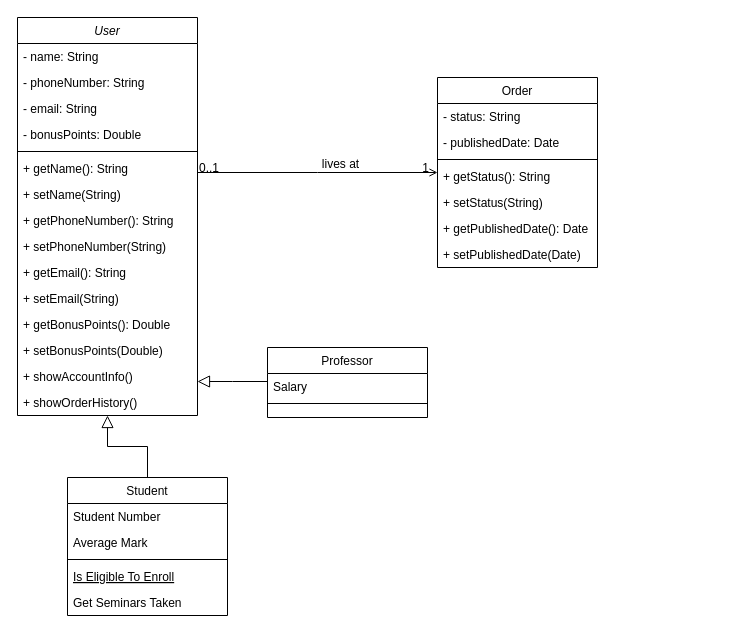
This is ДиаграммаКлассов.drawio from hard-gainer/UML, a draw.io file, before an edit. Source tidied: cells renumbered, new cells numbered last; positions are measured from the earlier drawing's top-left corner, leaving out a move shared by most shapes. Both pictures are drawn from the tidied source at 100%, with x=0, y=0 at pixel (17, 17).
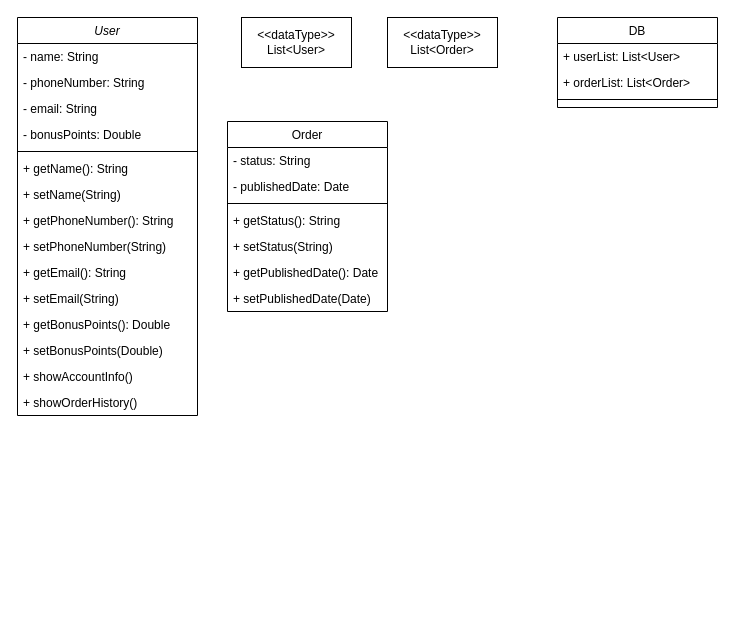
After the change.

The change refers to these unchanged cells:
```xml
<mxCell id="2" value="User" style="swimlane;fontStyle=2;align=center;verticalAlign=top;horizontal=1;startSize=26;rounded=0;shadow=0;strokeWidth=1;" parent="1" vertex="1">
  <mxGeometry width="180" height="398" as="geometry" />
</mxCell>
```

Change to the diagram source:
```diff
@@
-    <mxCell id="18" value="Student" style="swimlane;fontStyle=0;align=center;verticalAlign=top;horizontal=1;startSize=26;rounded=0;shadow=0;strokeWidth=1;" parent="1" vertex="1">
-      <mxGeometry x="50" y="460" width="160" height="138" as="geometry" />
-    </mxCell>
-    <mxCell id="19" value="Student Number" style="text;align=left;verticalAlign=top;spacingLeft=4;spacingRight=4;overflow=hidden;" parent="18" vertex="1">
-      <mxGeometry y="26" width="160" height="26" as="geometry" />
-    </mxCell>
-    <mxCell id="20" value="Average Mark" style="text;align=left;verticalAlign=top;spacingLeft=4;spacingRight=4;overflow=hidden;rounded=0;shadow=0;html=0;" parent="18" vertex="1">
-      <mxGeometry y="52" width="160" height="26" as="geometry" />
-    </mxCell>
-    <mxCell id="21" style="line;html=1;strokeWidth=1;align=left;verticalAlign=middle;spacingTop=-1;spacingLeft=3;spacingRight=3;labelPosition=right;" parent="18" vertex="1">
-      <mxGeometry y="78" width="160" height="8" as="geometry" />
-    </mxCell>
-    <mxCell id="22" value="Is Eligible To Enroll" style="text;align=left;verticalAlign=top;spacingLeft=4;spacingRight=4;overflow=hidden;fontStyle=4;" parent="18" vertex="1">
-      <mxGeometry y="86" width="160" height="26" as="geometry" />
-    </mxCell>
-    <mxCell id="23" value="Get Seminars Taken" style="text;align=left;verticalAlign=top;spacingLeft=4;spacingRight=4;overflow=hidden;" parent="18" vertex="1">
-      <mxGeometry y="112" width="160" height="26" as="geometry" />
-    </mxCell>
-    <mxCell id="24" style="endArrow=block;endSize=10;endFill=0;shadow=0;strokeWidth=1;rounded=0;edgeStyle=elbowEdgeStyle;elbow=vertical;" parent="1" edge="1" source="18" target="2">
-      <mxGeometry relative="1" as="geometry" />
-    </mxCell>
-    <mxCell id="25" value="Professor" style="swimlane;fontStyle=0;align=center;verticalAlign=top;horizontal=1;startSize=26;rounded=0;shadow=0;strokeWidth=1;" parent="1" vertex="1">
-      <mxGeometry x="250" y="330" width="160" height="70" as="geometry" />
+    <mxCell id="25" value="DB" style="swimlane;fontStyle=0;align=center;verticalAlign=top;horizontal=1;startSize=26;rounded=0;shadow=0;strokeWidth=1;" parent="1" vertex="1">
+      <mxGeometry x="540" width="160" height="90" as="geometry" />
     </mxCell>
-    <mxCell id="26" value="Salary" style="text;align=left;verticalAlign=top;spacingLeft=4;spacingRight=4;overflow=hidden;" parent="25" vertex="1">
+    <mxCell id="26" value="+ userList: List&lt;User&gt;" style="text;align=left;verticalAlign=top;spacingLeft=4;spacingRight=4;overflow=hidden;" parent="25" vertex="1">
       <mxGeometry y="26" width="160" height="26" as="geometry" />
     </mxCell>
+    <mxCell id="41" value="+ orderList: List&lt;Order&gt;" style="text;align=left;verticalAlign=top;spacingLeft=4;spacingRight=4;overflow=hidden;" parent="25" vertex="1">
+      <mxGeometry y="52" width="160" height="26" as="geometry" />
+    </mxCell>
     <mxCell id="27" style="line;html=1;strokeWidth=1;align=left;verticalAlign=middle;spacingTop=-1;spacingLeft=3;spacingRight=3;labelPosition=right;" parent="25" vertex="1">
-      <mxGeometry y="52" width="160" height="8" as="geometry" />
+      <mxGeometry y="78" width="160" height="8" as="geometry" />
     </mxCell>
-    <mxCell id="28" style="endArrow=block;endSize=10;endFill=0;shadow=0;strokeWidth=1;rounded=0;edgeStyle=elbowEdgeStyle;elbow=vertical;" parent="1" edge="1" source="25" target="2">
-      <mxGeometry relative="1" as="geometry" />
-    </mxCell>
     <mxCell id="29" value="Order" style="swimlane;fontStyle=0;align=center;verticalAlign=top;horizontal=1;startSize=26;rounded=0;shadow=0;strokeWidth=1;" parent="1" vertex="1">
-      <mxGeometry x="420" y="60" width="160" height="190" as="geometry" />
+      <mxGeometry x="210" y="104" width="160" height="190" as="geometry" />
     </mxCell>
@@
-    <mxCell id="37" style="endArrow=open;shadow=0;strokeWidth=1;rounded=0;endFill=1;edgeStyle=elbowEdgeStyle;elbow=vertical;" parent="1" edge="1" source="2" target="29">
-      <mxGeometry x="0.5" y="41" relative="1" as="geometry">
-        <mxPoint x="-40" y="32" as="offset" />
-      </mxGeometry>
-    </mxCell>
-    <mxCell id="38" value="0..1" style="align=left;verticalAlign=bottom;labelBackgroundColor=none;fontSize=12;" parent="37" vertex="1">
-      <mxGeometry x="-1" relative="1" as="geometry">
-        <mxPoint y="4" as="offset" />
-      </mxGeometry>
-    </mxCell>
-    <mxCell id="39" value="1" style="align=right;verticalAlign=bottom;labelBackgroundColor=none;fontSize=12;" parent="37" vertex="1">
-      <mxGeometry x="1" relative="1" as="geometry">
-        <mxPoint x="-7" y="4" as="offset" />
-      </mxGeometry>
-    </mxCell>
-    <mxCell id="40" value="lives at" style="text;html=1;align=center;verticalAlign=middle;labelBackgroundColor=none;rounded=0;shadow=0;strokeWidth=1;fontSize=12;" parent="37" vertex="1">
-      <mxGeometry x="0.5" y="49" relative="1" as="geometry">
-        <mxPoint x="-38" y="40" as="offset" />
-      </mxGeometry>
-    </mxCell>
+    <mxCell id="42" value="&amp;lt;&amp;lt;dataType&amp;gt;&amp;gt;&lt;div&gt;List&amp;lt;User&amp;gt;&lt;/div&gt;" style="html=1;whiteSpace=wrap;" parent="1" vertex="1">
+      <mxGeometry x="224" width="110" height="50" as="geometry" />
+    </mxCell>
+    <mxCell id="43" value="&amp;lt;&amp;lt;dataType&amp;gt;&amp;gt;&lt;div&gt;List&amp;lt;Order&amp;gt;&lt;/div&gt;" style="html=1;whiteSpace=wrap;" parent="1" vertex="1">
+      <mxGeometry x="370" width="110" height="50" as="geometry" />
+    </mxCell>
```
